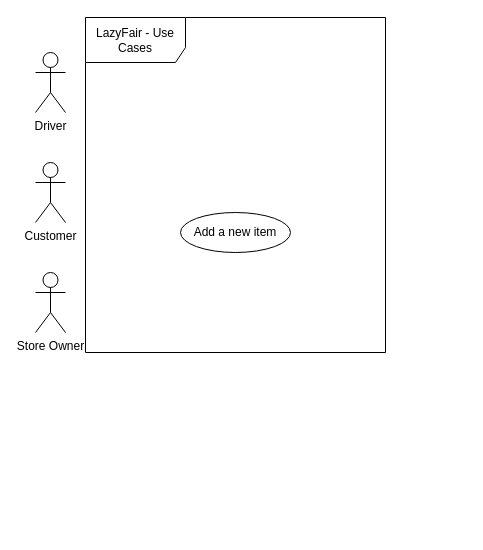
antonykimuom/SWEN30006-2025-SM1-workshop1-tuew05-14-00-team-12 keeps this draw.io diagram as Workshop 1 Use Case Diagram.drawio. Above is the earlier version. Source tidied: cells renumbered, new cells numbered last; positions are measured from the earlier drawing's top-left corner, leaving out a move shared by most shapes. Both pictures are drawn from the tidied source at 100%, with x=0, y=0 at pixel (35, 17).
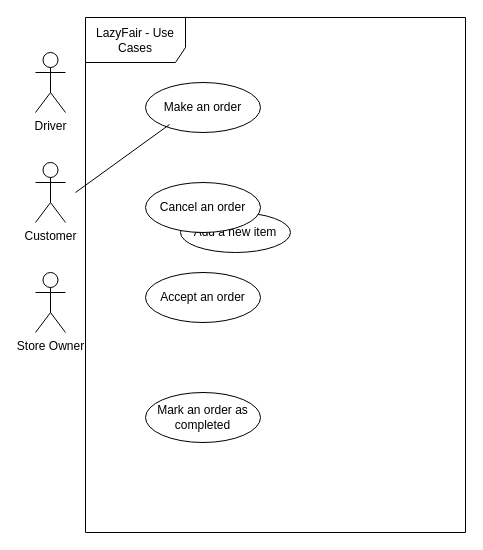
After the change.

Change to the diagram source:
```diff
@@
 <mxGraphModel>
   <root>
     <mxCell id="0" />
     <mxCell id="1" parent="0" />
     <mxCell id="2" value="LazyFair - Use Cases" style="shape=umlFrame;whiteSpace=wrap;html=1;width=100;height=45;" parent="1" vertex="1">
-      <mxGeometry x="50" width="300" height="335" as="geometry" />
+      <mxGeometry x="50" width="380" height="515" as="geometry" />
     </mxCell>
+    <mxCell id="7" value="Make an order" style="ellipse;whiteSpace=wrap;html=1;" parent="1" vertex="1">
+      <mxGeometry x="110" y="65" width="115" height="50" as="geometry" />
+    </mxCell>
     <mxCell id="3" value="Add a new item" style="ellipse;whiteSpace=wrap;html=1;" parent="1" vertex="1">
       <mxGeometry x="145" y="195" width="110" height="40" as="geometry" />
     </mxCell>
+    <mxCell id="8" value="Cancel an order" style="ellipse;whiteSpace=wrap;html=1;" parent="1" vertex="1">
+      <mxGeometry x="110" y="165" width="115" height="50" as="geometry" />
+    </mxCell>
     <mxCell id="4" value="Driver" style="shape=umlActor;verticalLabelPosition=bottom;verticalAlign=top;html=1;" parent="1" vertex="1">
       <mxGeometry y="35" width="30" height="60" as="geometry" />
     </mxCell>
+    <mxCell id="9" value="Accept an order" style="ellipse;whiteSpace=wrap;html=1;" parent="1" vertex="1">
+      <mxGeometry x="110" y="255" width="115" height="50" as="geometry" />
+    </mxCell>
     <mxCell id="5" value="Store Owner" style="shape=umlActor;verticalLabelPosition=bottom;verticalAlign=top;html=1;" parent="1" vertex="1">
       <mxGeometry y="255" width="30" height="60" as="geometry" />
     </mxCell>
+    <mxCell id="10" value="Mark an order as completed" style="ellipse;whiteSpace=wrap;html=1;" parent="1" vertex="1">
+      <mxGeometry x="110" y="375" width="115" height="50" as="geometry" />
+    </mxCell>
     <mxCell id="6" value="Customer" style="shape=umlActor;verticalLabelPosition=bottom;verticalAlign=top;html=1;" parent="1" vertex="1">
       <mxGeometry y="145" width="30" height="60" as="geometry" />
     </mxCell>
+    <mxCell id="11" style="endArrow=none;html=1;rounded=0;entryX=0.209;entryY=0.84;entryDx=0;entryDy=0;entryPerimeter=0;" parent="1" edge="1" target="7">
+      <mxGeometry relative="1" as="geometry">
+        <mxPoint x="40" y="175" as="sourcePoint" />
+      </mxGeometry>
+    </mxCell>
   </root>
 </mxGraphModel>
```
